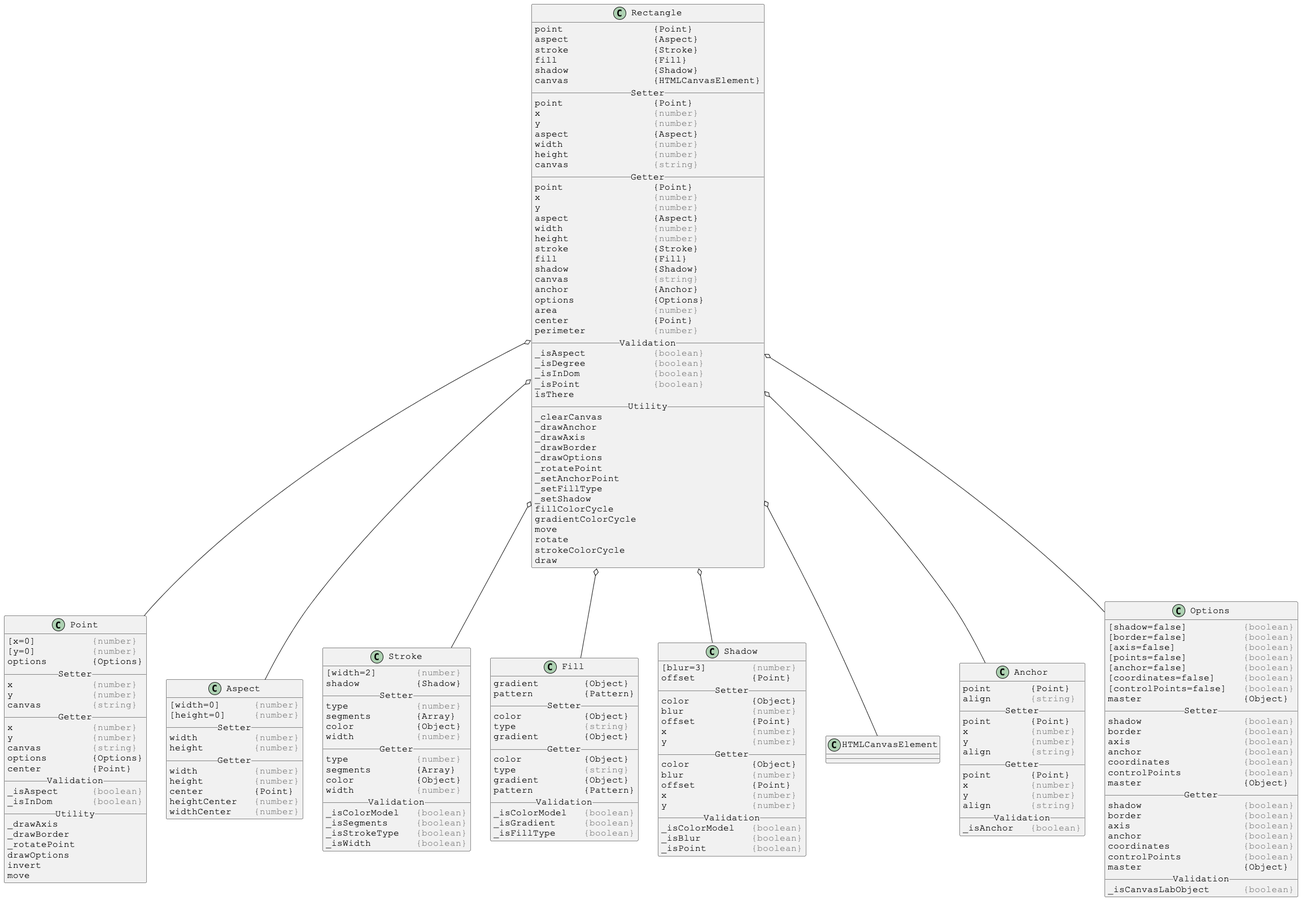
Earlier version of the PlantUML export docs/PlantUml/images/linked/Rectangle-linked.png (Justin-Byrne/canvasLab).
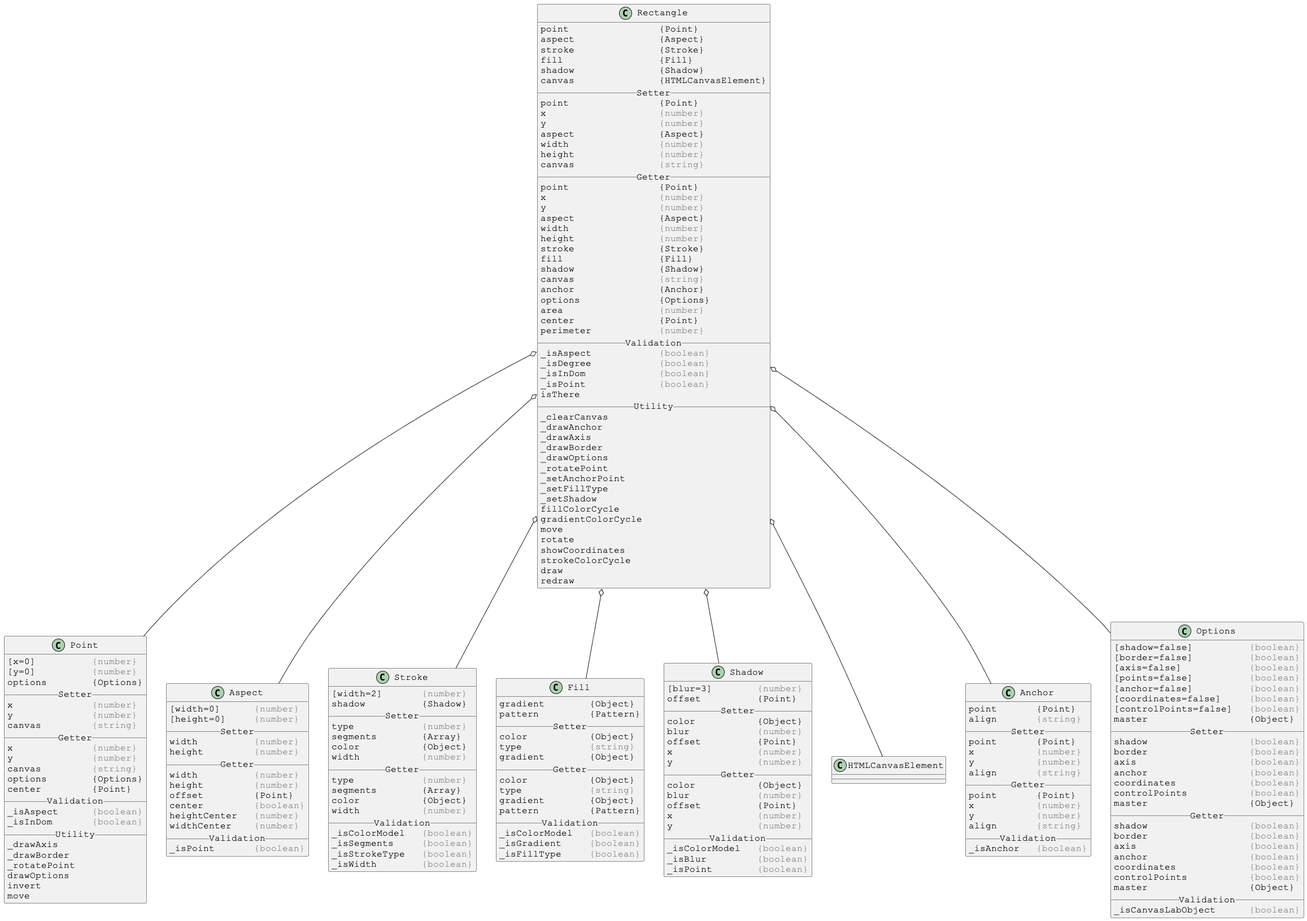
Later version of the same file.

Change to the diagram source:
```diff
@@ -54,8 +54,10 @@
 gradientColorCycle
 move
 rotate
+showCoordinates
 strokeColorCycle
 draw
+redraw
 }
 
 Rectangle o-- Point
@@ -112,9 +114,12 @@
 __ Getter __
 width          <color:gray>{number}</color>
 height         <color:gray>{number}</color>
-center         {Point}
+offset         {Point}
+center         <color:gray>{boolean}</color>
 heightCenter   <color:gray>{number}</color>
 widthCenter    <color:gray>{number}</color>
+__ Validation __
+_isPoint       <color:gray>{boolean}</color>
 }
 
 
```
